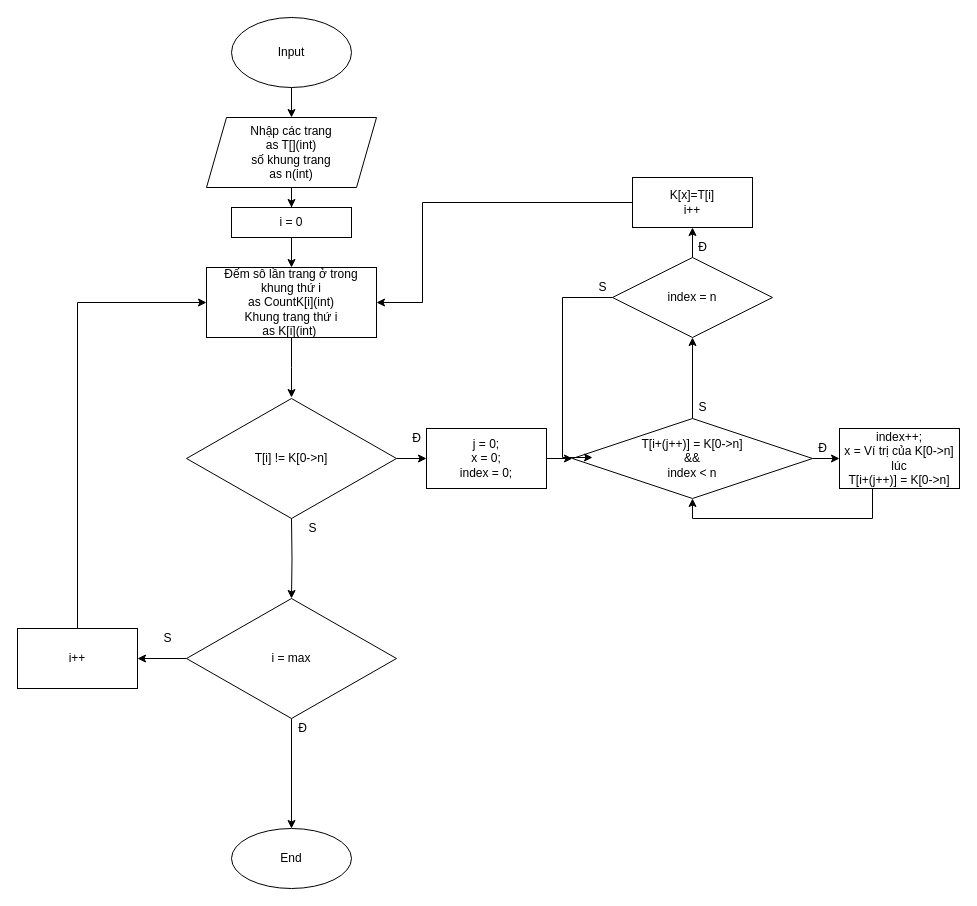
This is OPT.drawio from UIT20522097/UIT20522097.github.io, a draw.io file, before an edit. Source tidied: cells renumbered, new cells numbered last; positions are measured from the earlier drawing's top-left corner, leaving out a move shared by most shapes. Both pictures are drawn from the tidied source at 100%, with x=0, y=0 at pixel (17, 17).
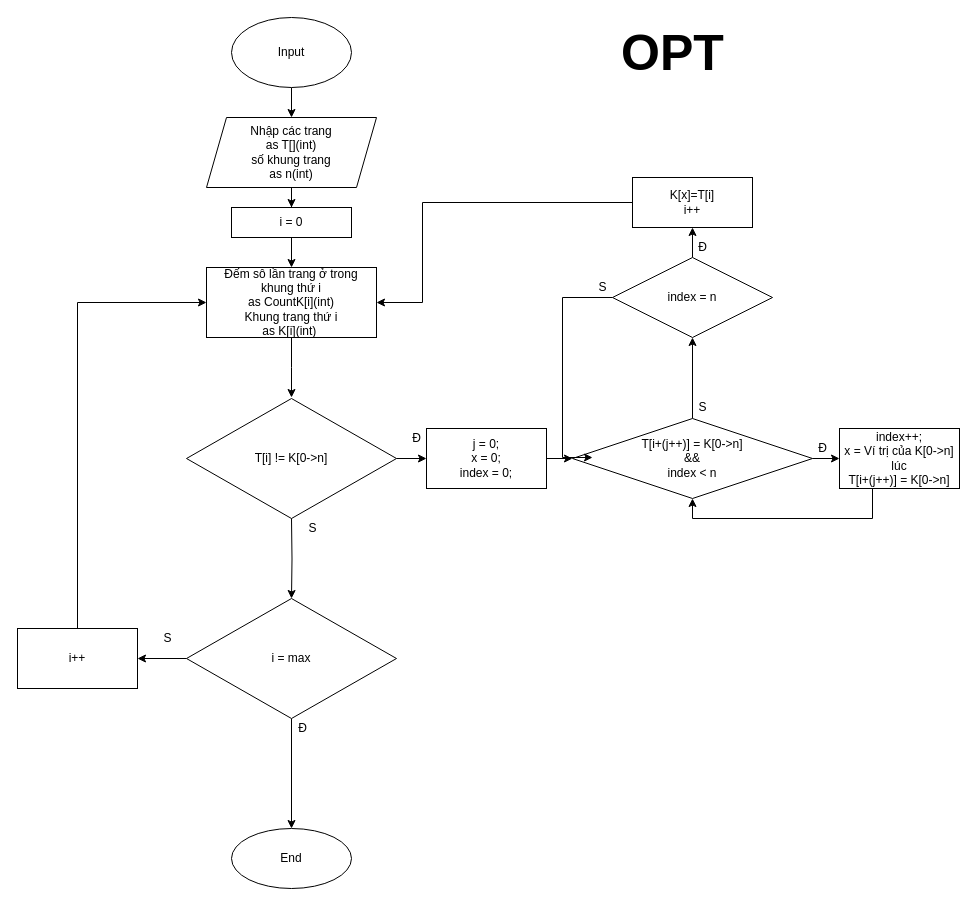
The same diagram, later.

What changed in the source:
```diff
@@
+    <mxCell id="39" value="&lt;b style=&quot;font-size: 50px&quot;&gt;OPT&lt;/b&gt;" style="text;html=1;align=center;verticalAlign=middle;strokeColor=none;fillColor=none;" parent="1" vertex="1">
+      <mxGeometry x="595" y="20" width="120" height="30" as="geometry" />
+    </mxCell>
```
